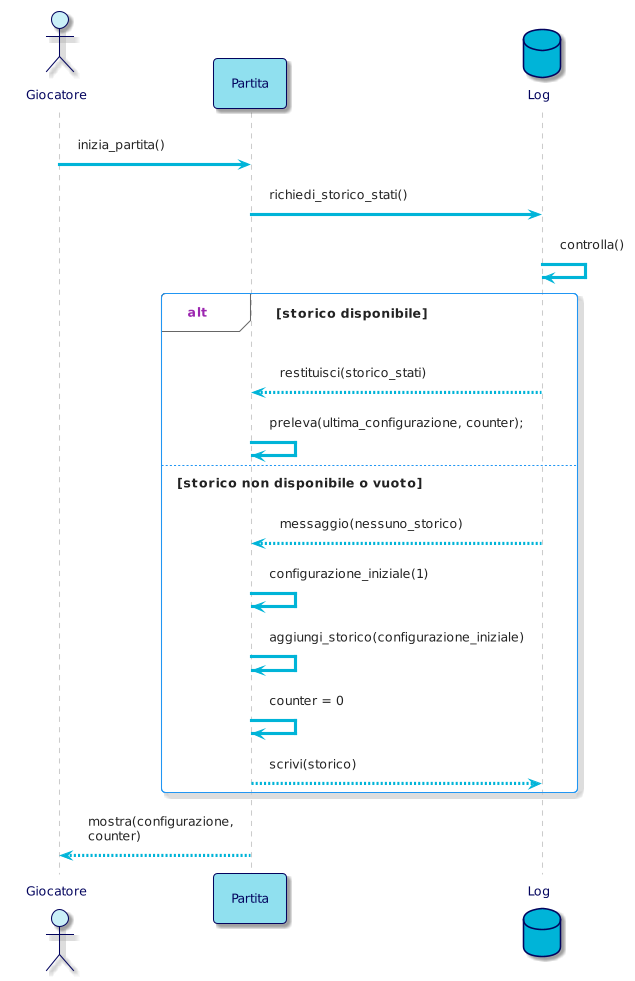
bellins14/klotski_gruppo2 keeps this PlantUML diagram as resources/img/diagrams/InternalSequenceDiagram1.png. Above is the earlier version. Its diagram source:
```plantuml
@startuml
!theme materia-outline

skinparam ArrowColor #00B4D8
skinparam ActorBorderColor #03045E
skinparam ActorFontColor #03045E
skinparam ActorBackgroundColor #CAF0F8
skinparam ParticipantFontColor #03045E
skinparam ParticipantBorderColor #03045E
skinparam ParticipantBackgroundColor #90E0EF
skinparam DatabaseBorderColor #03045E
skinparam DatabaseBackgroundColor #00B4D8
skinparam DatabaseFontColor #03045E

actor Giocatore
participant Partita
database Log

Giocatore -> Partita: inizia_partita()

Partita -> Log: richiedi_storico_stati()
Log -> Log: controlla()


alt storico disponibile
    Log --> Partita: restituisci(storico_stati)
    Partita -> Partita: preleva(ultima_configurazione, counter);

else storico non disponibile o vuoto
    Log --> Partita: messaggio(nessuno_storico)
    Partita -> Partita: configurazione_iniziale(1)
    Partita -> Partita: aggiungi_storico(configurazione_iniziale)
    Partita -> Partita: counter = 0
    Partita --> Log: scrivi(storico)
end

Partita --> Giocatore: mostra(configurazione,\ncounter)
@enduml
```
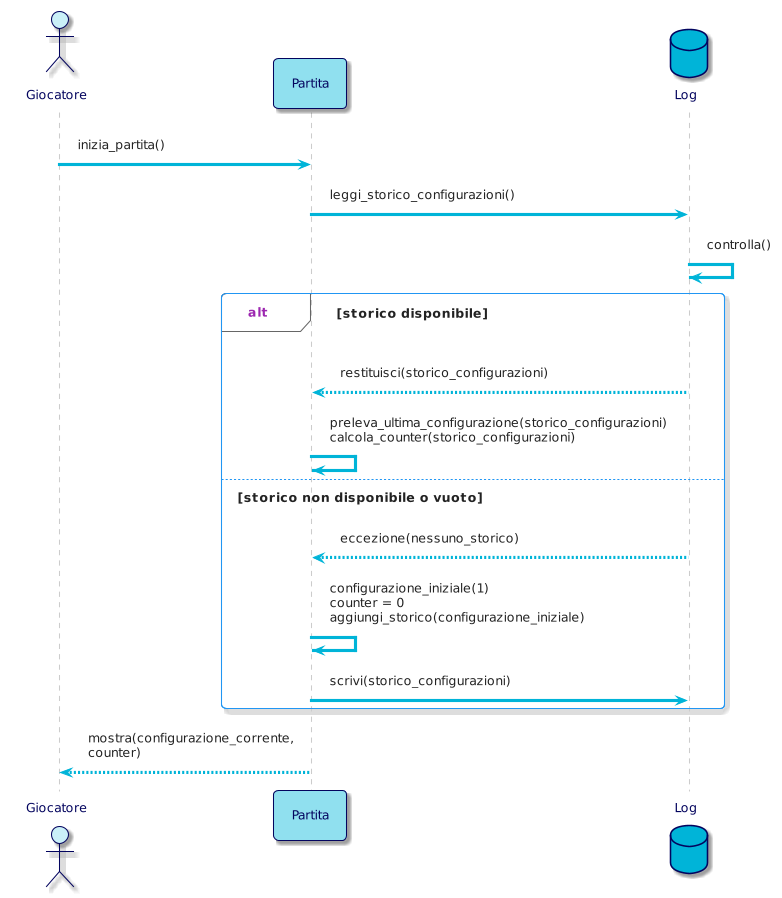
After the change.

Diff of the diagram source:
```diff
@@ -18,21 +18,19 @@
 
 Giocatore -> Partita: inizia_partita()
 
-Partita -> Log: richiedi_storico_stati()
+Partita -> Log: leggi_storico_configurazioni()
 Log -> Log: controlla()
 
 
 alt storico disponibile
-    Log --> Partita: restituisci(storico_stati)
-    Partita -> Partita: preleva(ultima_configurazione, counter);
+    Log --> Partita: restituisci(storico_configurazioni)
+    Partita -> Partita: preleva_ultima_configurazione(storico_configurazioni) \ncalcola_counter(storico_configurazioni)
 
 else storico non disponibile o vuoto
-    Log --> Partita: messaggio(nessuno_storico)
-    Partita -> Partita: configurazione_iniziale(1)
-    Partita -> Partita: aggiungi_storico(configurazione_iniziale)
-    Partita -> Partita: counter = 0
-    Partita --> Log: scrivi(storico)
+    Log --> Partita: eccezione(nessuno_storico)
+    Partita -> Partita: configurazione_iniziale(1) \ncounter = 0 \naggiungi_storico(configurazione_iniziale)
+    Partita -> Log: scrivi(storico_configurazioni)
 end
 
-Partita --> Giocatore: mostra(configurazione,\ncounter)
+Partita --> Giocatore: mostra(configurazione_corrente,\ncounter)
 @enduml
```
